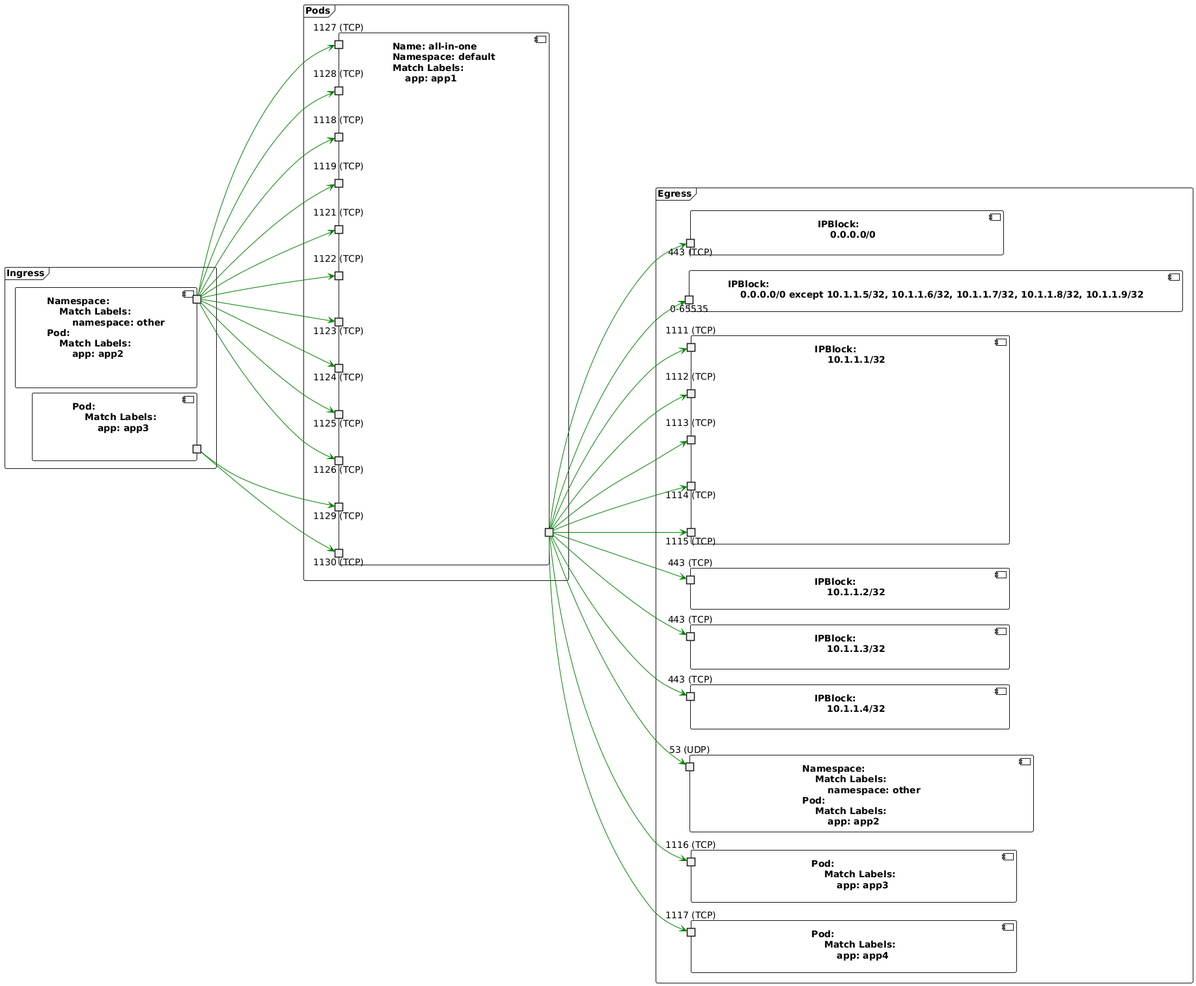
Above: allInOne.png in mrxk/npv (PlantUML), before the change. The source it was exported from:
```plantuml
@startuml
left to right direction
frame Pods {
component "Name: all-in-one\lNamespace: default\lMatch Labels:\l    app: app1\l" as defaultappapp1 {
    port "1118 (TCP)" as appapp2namespaceotherTCP1118port
    port "1119 (TCP)" as appapp2namespaceotherTCP1119port
    port "1121 (TCP)" as appapp2namespaceotherTCP1121port
    port "1122 (TCP)" as appapp2namespaceotherTCP1122port
    port "1123 (TCP)" as appapp2namespaceotherTCP1123port
    port "1124 (TCP)" as appapp2namespaceotherTCP1124port
    port "1125 (TCP)" as appapp2namespaceotherTCP1125port
    port "1126 (TCP)" as appapp2namespaceotherTCP1126port
    port "1127 (TCP)" as appapp2namespaceotherTCP1127port
    port "1128 (TCP)" as appapp2namespaceotherTCP1128port
    port "1129 (TCP)" as appapp3TCP1129port
    port "1130 (TCP)" as appapp3TCP1130port
    portout " " as defaultappapp1portout
}
}
frame Ingress {
component "Namespace:\l    Match Labels:\l        namespace: other\lPod:\l    Match Labels:\l        app: app2\l" as appapp2namespaceother {
    portout " " as appapp2namespaceotheringressportout
}
component "Pod:\l    Match Labels:\l        app: app3\l" as appapp3 {
    portout " " as appapp3ingressportout
}
}
appapp2namespaceotheringressportout --down[#green]--> appapp2namespaceotherTCP1118port
appapp2namespaceotheringressportout --down[#green]--> appapp2namespaceotherTCP1119port
appapp2namespaceotheringressportout --down[#green]--> appapp2namespaceotherTCP1121port
appapp2namespaceotheringressportout --down[#green]--> appapp2namespaceotherTCP1122port
appapp2namespaceotheringressportout --down[#green]--> appapp2namespaceotherTCP1123port
appapp2namespaceotheringressportout --down[#green]--> appapp2namespaceotherTCP1124port
appapp2namespaceotheringressportout --down[#green]--> appapp2namespaceotherTCP1125port
appapp2namespaceotheringressportout --down[#green]--> appapp2namespaceotherTCP1126port
appapp2namespaceotheringressportout --down[#green]--> appapp2namespaceotherTCP1127port
appapp2namespaceotheringressportout --down[#green]--> appapp2namespaceotherTCP1128port
appapp3ingressportout --down[#green]--> appapp3TCP1129port
appapp3ingressportout --down[#green]--> appapp3TCP1130port
frame Egress {
component "IPBlock:\l    0.0.0.0/0\l" as 0.0.0.0_0TCP443 {
    port "443 (TCP)" as 0.0.0.0_0TCP443egressport
}
component "IPBlock:\l    0.0.0.0/0 except 10.1.1.5/32, 10.1.1.6/32, 10.1.1.7/32, 10.1.1.8/32, 10.1.1.9/32\l" as 0.0.0.0_010.1.1.5_3210.1.1.6_3210.1.1.7_3210.1.1.8_3210.1.1.9_32 {
    port "0-65535" as 0.0.0.0_010.1.1.5_3210.1.1.6_3210.1.1.7_3210.1.1.8_3210.1.1.9_32egressport
}
component "IPBlock:\l    10.1.1.1/32\l" as 10.1.1.1_32TCP1111 {
    port "1111 (TCP)" as 10.1.1.1_32TCP1111egressport
    port "1112 (TCP)" as 10.1.1.1_32TCP1112egressport
    port "1113 (TCP)" as 10.1.1.1_32TCP1113egressport
    port "1114 (TCP)" as 10.1.1.1_32TCP1114egressport
    port "1115 (TCP)" as 10.1.1.1_32TCP1115egressport
}
component "IPBlock:\l    10.1.1.2/32\l" as 10.1.1.2_32TCP443 {
    port "443 (TCP)" as 10.1.1.2_32TCP443egressport
}
component "IPBlock:\l    10.1.1.3/32\l" as 10.1.1.3_32TCP443 {
    port "443 (TCP)" as 10.1.1.3_32TCP443egressport
}
component "IPBlock:\l    10.1.1.4/32\l" as 10.1.1.4_32TCP443 {
    port "443 (TCP)" as 10.1.1.4_32TCP443egressport
}
component "Namespace:\l    Match Labels:\l        namespace: other\lPod:\l    Match Labels:\l        app: app2\l" as appapp2namespaceotherUDP53 {
    port "53 (UDP)" as appapp2namespaceotherUDP53egressport
}
component "Pod:\l    Match Labels:\l        app: app3\l" as appapp3TCP1116 {
    port "1116 (TCP)" as appapp3TCP1116egressport
}
component "Pod:\l    Match Labels:\l        app: app4\l" as appapp4TCP1117 {
    port "1117 (TCP)" as appapp4TCP1117egressport
}
}
defaultappapp1portout --down[#green]--> 0.0.0.0_010.1.1.5_3210.1.1.6_3210.1.1.7_3210.1.1.8_3210.1.1.9_32egressport
defaultappapp1portout --down[#green]--> 0.0.0.0_0TCP443egressport
defaultappapp1portout --down[#green]--> 10.1.1.1_32TCP1111egressport
defaultappapp1portout --down[#green]--> 10.1.1.1_32TCP1112egressport
defaultappapp1portout --down[#green]--> 10.1.1.1_32TCP1113egressport
defaultappapp1portout --down[#green]--> 10.1.1.1_32TCP1114egressport
defaultappapp1portout --down[#green]--> 10.1.1.1_32TCP1115egressport
defaultappapp1portout --down[#green]--> 10.1.1.2_32TCP443egressport
defaultappapp1portout --down[#green]--> 10.1.1.3_32TCP443egressport
defaultappapp1portout --down[#green]--> 10.1.1.4_32TCP443egressport
defaultappapp1portout --down[#green]--> appapp2namespaceotherUDP53egressport
defaultappapp1portout --down[#green]--> appapp3TCP1116egressport
defaultappapp1portout --down[#green]--> appapp4TCP1117egressport
@enduml
```
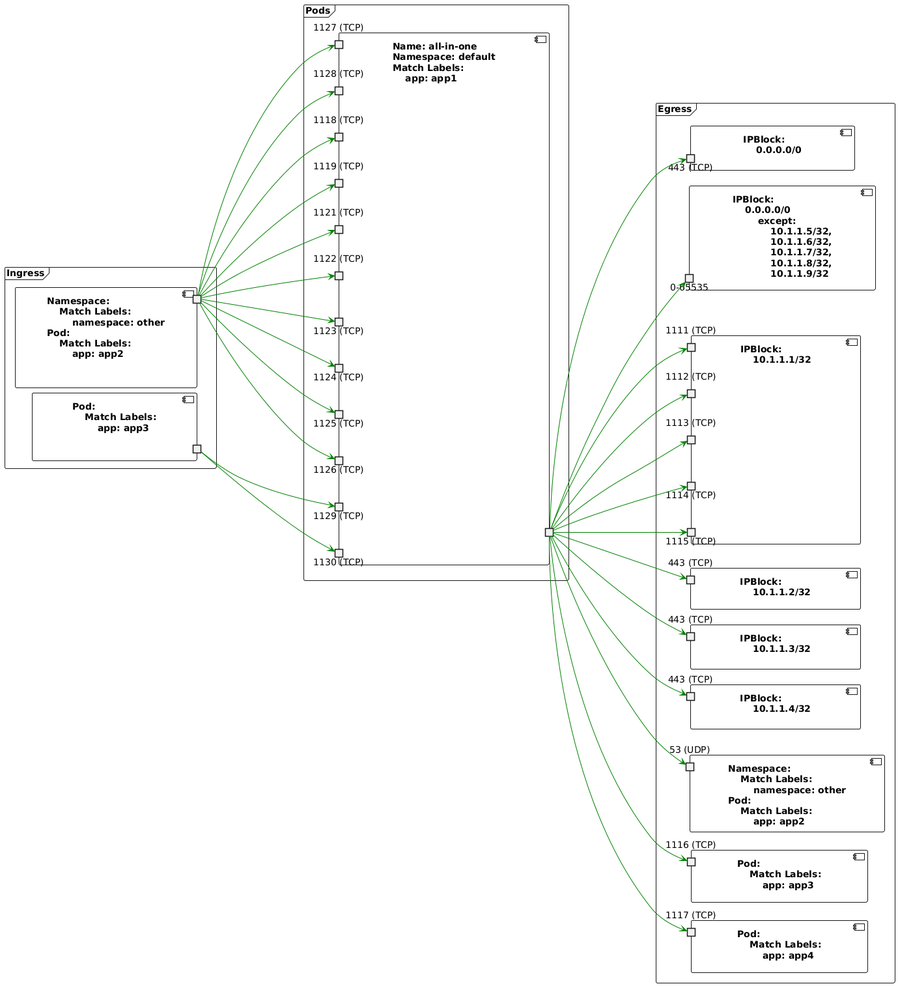
After the commit.

Commit message:
adjust format for cidr except list

The edit, as a diff of the source:
```diff
@@ -41,7 +41,7 @@
 component "IPBlock:\l    0.0.0.0/0\l" as 0.0.0.0_0TCP443 {
     port "443 (TCP)" as 0.0.0.0_0TCP443egressport
 }
-component "IPBlock:\l    0.0.0.0/0 except 10.1.1.5/32, 10.1.1.6/32, 10.1.1.7/32, 10.1.1.8/32, 10.1.1.9/32\l" as 0.0.0.0_010.1.1.5_3210.1.1.6_3210.1.1.7_3210.1.1.8_3210.1.1.9_32 {
+component "IPBlock:\l    0.0.0.0/0\l        except:\l            10.1.1.5/32,\l            10.1.1.6/32,\l            10.1.1.7/32,\l            10.1.1.8/32,\l            10.1.1.9/32\l\l\l" as 0.0.0.0_010.1.1.5_3210.1.1.6_3210.1.1.7_3210.1.1.8_3210.1.1.9_32 {
     port "0-65535" as 0.0.0.0_010.1.1.5_3210.1.1.6_3210.1.1.7_3210.1.1.8_3210.1.1.9_32egressport
 }
 component "IPBlock:\l    10.1.1.1/32\l" as 10.1.1.1_32TCP1111 {
```
